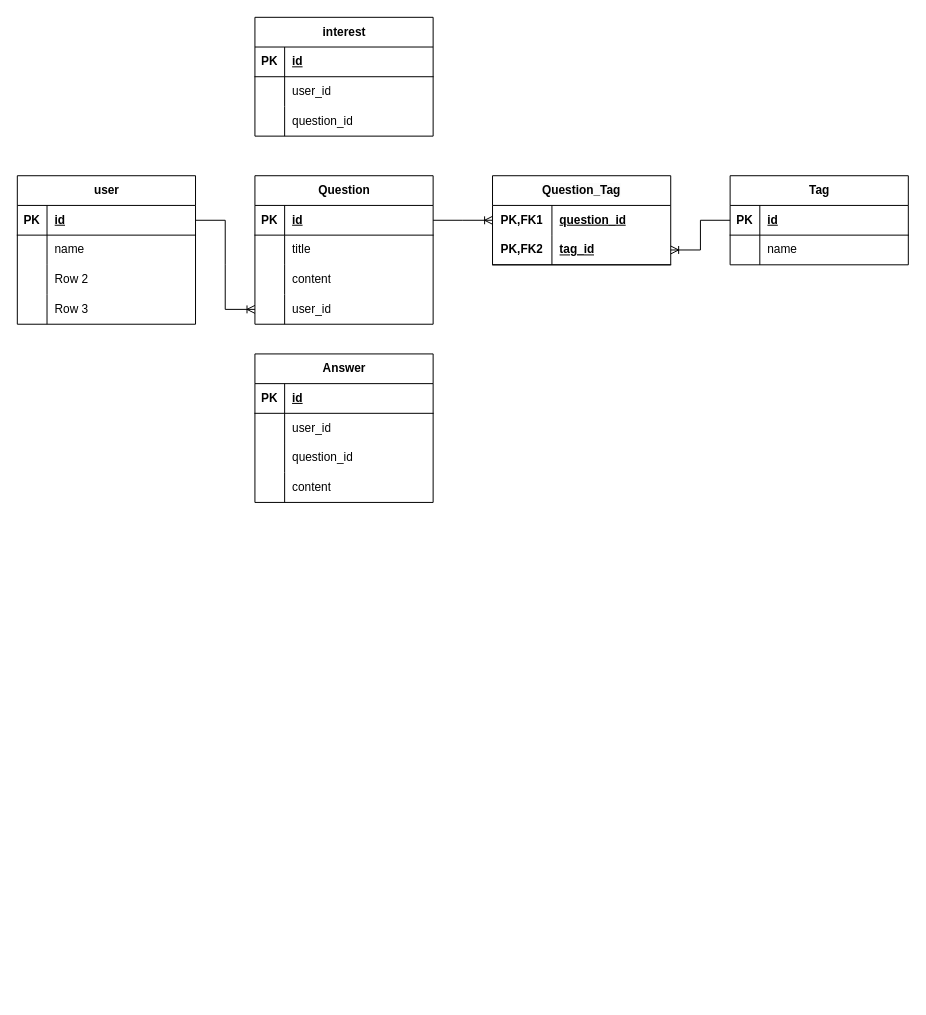
The draw.io diagram Q&A.drawio in andrew-atef/andrew-atef, before the edit. Source tidied: cells renumbered, new cells numbered last; positions are measured from the earlier drawing's top-left corner, leaving out a move shared by most shapes. Both pictures are drawn from the tidied source at 99%, with x=0, y=0 at pixel (17, 17).
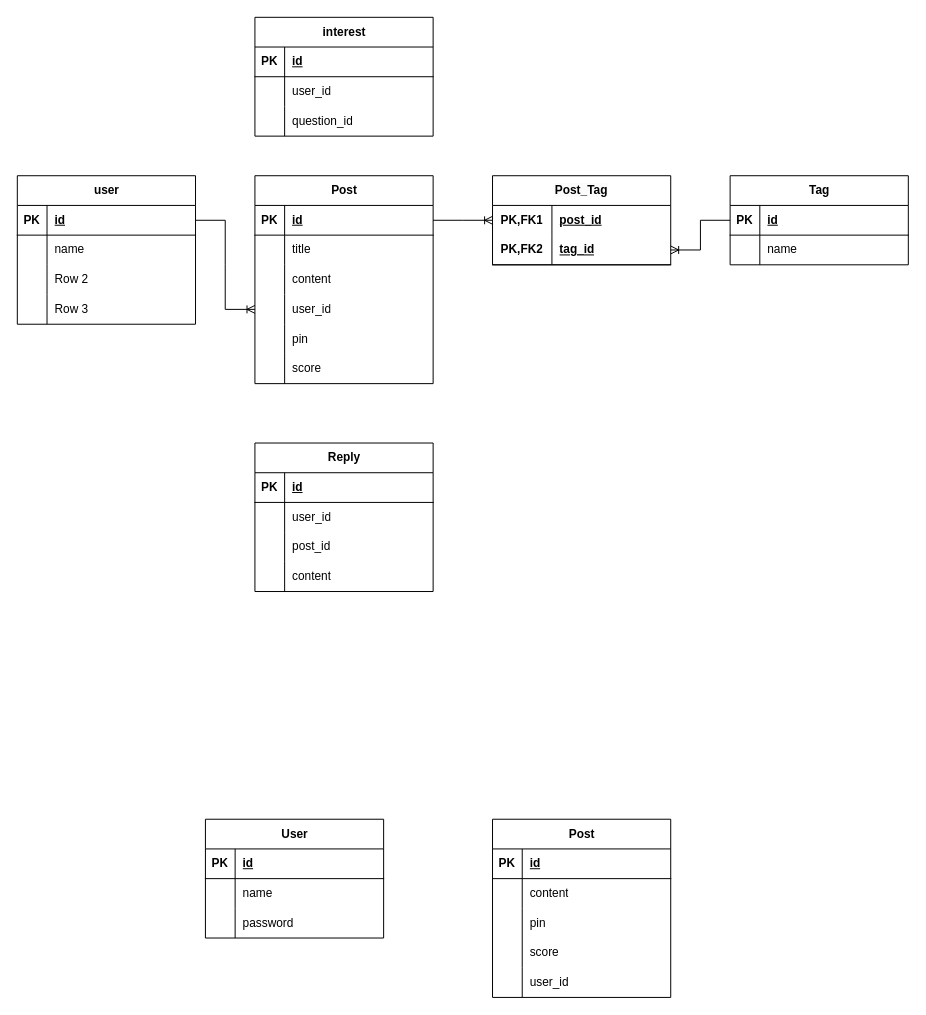
After the change.

Unchanged cells that the change refers to:
```xml
<mxCell id="36" style="shape=tableRow;horizontal=0;startSize=0;swimlaneHead=0;swimlaneBody=0;fillColor=none;points=[[0,0.5],[1,0.5]];portConstraint=eastwest;top=0;left=0;right=0;bottom=0;html=1;" parent="35" vertex="1">
  <mxGeometry y="30" width="180" height="30" as="geometry" />
</mxCell>
<mxCell id="52" style="shape=tableRow;horizontal=0;startSize=0;swimlaneHead=0;swimlaneBody=0;fillColor=none;top=0;left=0;right=0;bottom=0;" parent="45" vertex="1">
  <mxGeometry y="90" width="180" height="30" as="geometry" />
</mxCell>
```

Diff of the diagram source:
```diff
@@
-    <mxCell id="15" value="Question" style="shape=table;startSize=30;childLayout=tableLayout;rowLines=0;fontStyle=1;align=center;html=1;" parent="1" vertex="1">
-      <mxGeometry x="240" y="160" width="180" height="150" as="geometry" />
+    <mxCell id="15" value="Post" style="shape=table;startSize=30;childLayout=tableLayout;rowLines=0;fontStyle=1;align=center;html=1;" parent="1" vertex="1">
+      <mxGeometry x="240" y="160" width="180" height="210" as="geometry" />
     </mxCell>
@@
+    <mxCell id="68" style="shape=tableRow;horizontal=0;startSize=0;swimlaneHead=0;swimlaneBody=0;fillColor=none;top=0;left=0;right=0;bottom=0;" parent="15" vertex="1">
+      <mxGeometry y="150" width="180" height="30" as="geometry" />
+    </mxCell>
+    <mxCell id="69" style="shape=partialRectangle;fillColor=none;top=0;left=0;bottom=0;right=0;overflow=hidden;whiteSpace=wrap;html=1;" parent="68" vertex="1">
+      <mxGeometry width="30" height="30" as="geometry" />
+    </mxCell>
+    <mxCell id="70" value="pin" style="shape=partialRectangle;fillColor=none;top=0;left=0;bottom=0;right=0;align=left;spacingLeft=6;overflow=hidden;whiteSpace=wrap;html=1;" parent="68" vertex="1">
+      <mxGeometry x="30" width="150" height="30" as="geometry" />
+    </mxCell>
+    <mxCell id="71" style="shape=tableRow;horizontal=0;startSize=0;swimlaneHead=0;swimlaneBody=0;fillColor=none;top=0;left=0;right=0;bottom=0;" parent="15" vertex="1">
+      <mxGeometry y="180" width="180" height="30" as="geometry" />
+    </mxCell>
+    <mxCell id="72" style="shape=partialRectangle;fillColor=none;top=0;left=0;bottom=0;right=0;overflow=hidden;whiteSpace=wrap;html=1;" parent="71" vertex="1">
+      <mxGeometry width="30" height="30" as="geometry" />
+    </mxCell>
+    <mxCell id="73" value="score" style="shape=partialRectangle;fillColor=none;top=0;left=0;bottom=0;right=0;align=left;spacingLeft=6;overflow=hidden;whiteSpace=wrap;html=1;" parent="71" vertex="1">
+      <mxGeometry x="30" width="150" height="30" as="geometry" />
+    </mxCell>
@@
-    <mxCell id="35" value="&lt;span style=&quot;color: rgb(0, 0, 0); font-family: Helvetica; font-size: 12px; font-style: normal; font-variant-ligatures: normal; font-variant-caps: normal; font-weight: 700; letter-spacing: normal; orphans: 2; text-align: center; text-indent: 0px; text-transform: none; widows: 2; word-spacing: 0px; -webkit-text-stroke-width: 0px; white-space: nowrap; background-color: rgb(251, 251, 251); text-decoration-thickness: initial; text-decoration-style: initial; text-decoration-color: initial; display: inline !important; float: none;&quot;&gt;Question_Tag&lt;/span&gt;" style="shape=table;startSize=30;childLayout=tableLayout;rowLines=0;fontStyle=1;align=center;html=1;whiteSpace=wrap;" parent="1" vertex="1">
+    <mxCell id="35" value="&lt;span style=&quot;color: rgb(0, 0, 0); font-family: Helvetica; font-size: 12px; font-style: normal; font-variant-ligatures: normal; font-variant-caps: normal; font-weight: 700; letter-spacing: normal; orphans: 2; text-align: center; text-indent: 0px; text-transform: none; widows: 2; word-spacing: 0px; -webkit-text-stroke-width: 0px; white-space: nowrap; background-color: rgb(251, 251, 251); text-decoration-thickness: initial; text-decoration-style: initial; text-decoration-color: initial; display: inline !important; float: none;&quot;&gt;Post_Tag&lt;/span&gt;" style="shape=table;startSize=30;childLayout=tableLayout;rowLines=0;fontStyle=1;align=center;html=1;whiteSpace=wrap;" parent="1" vertex="1">
       <mxGeometry x="480" y="160" width="180" height="90" as="geometry" />
     </mxCell>
@@
-    <mxCell id="38" value="question_id" style="shape=partialRectangle;fillColor=none;top=0;left=0;bottom=0;right=0;align=left;spacingLeft=6;fontStyle=5;overflow=hidden;html=1;whiteSpace=wrap;" parent="36" vertex="1">
+    <mxCell id="38" value="post&lt;span style=&quot;background-color: initial;&quot;&gt;_id&lt;/span&gt;" style="shape=partialRectangle;fillColor=none;top=0;left=0;bottom=0;right=0;align=left;spacingLeft=6;fontStyle=5;overflow=hidden;html=1;whiteSpace=wrap;" parent="36" vertex="1">
       <mxGeometry x="60" width="120" height="30" as="geometry" />
     </mxCell>
@@
-    <mxCell id="45" value="Answer" style="shape=table;startSize=30;childLayout=tableLayout;rowLines=0;fontStyle=1;align=center;html=1;" parent="1" vertex="1">
-      <mxGeometry x="240" y="340" width="180" height="150" as="geometry" />
+    <mxCell id="45" value="Reply" style="shape=table;startSize=30;childLayout=tableLayout;rowLines=0;fontStyle=1;align=center;html=1;" parent="1" vertex="1">
+      <mxGeometry x="240" y="430" width="180" height="150" as="geometry" />
     </mxCell>
@@
-    <mxCell id="54" value="&lt;span style=&quot;text-align: center; text-wrap: nowrap;&quot;&gt;question_id&lt;/span&gt;" style="shape=partialRectangle;fillColor=none;top=0;left=0;bottom=0;right=0;align=left;spacingLeft=6;overflow=hidden;whiteSpace=wrap;html=1;" parent="52" vertex="1">
+    <mxCell id="54" value="&lt;span style=&quot;text-align: center; text-wrap: nowrap;&quot;&gt;post_id&lt;/span&gt;" style="shape=partialRectangle;fillColor=none;top=0;left=0;bottom=0;right=0;align=left;spacingLeft=6;overflow=hidden;whiteSpace=wrap;html=1;" parent="52" vertex="1">
       <mxGeometry x="30" width="150" height="30" as="geometry" />
     </mxCell>
@@
+    <mxCell id="74" value="User" style="shape=table;startSize=30;childLayout=tableLayout;rowLines=0;fontStyle=1;align=center;html=1;" parent="1" vertex="1">
+      <mxGeometry x="190" y="810" width="180" height="120" as="geometry" />
+    </mxCell>
+    <mxCell id="75" style="shape=tableRow;horizontal=0;startSize=0;swimlaneHead=0;swimlaneBody=0;fillColor=none;top=0;left=0;right=0;bottom=1;" parent="74" vertex="1">
+      <mxGeometry y="30" width="180" height="30" as="geometry" />
+    </mxCell>
+    <mxCell id="76" value="PK" style="shape=partialRectangle;fillColor=none;top=0;left=0;bottom=0;right=0;fontStyle=1;overflow=hidden;whiteSpace=wrap;html=1;" parent="75" vertex="1">
+      <mxGeometry width="30" height="30" as="geometry" />
+    </mxCell>
+    <mxCell id="77" value="id" style="shape=partialRectangle;fillColor=none;top=0;left=0;bottom=0;right=0;align=left;spacingLeft=6;fontStyle=5;overflow=hidden;whiteSpace=wrap;html=1;" parent="75" vertex="1">
+      <mxGeometry x="30" width="150" height="30" as="geometry" />
+    </mxCell>
+    <mxCell id="78" style="shape=tableRow;horizontal=0;startSize=0;swimlaneHead=0;swimlaneBody=0;fillColor=none;top=0;left=0;right=0;bottom=0;" parent="74" vertex="1">
+      <mxGeometry y="60" width="180" height="30" as="geometry" />
+    </mxCell>
+    <mxCell id="79" style="shape=partialRectangle;fillColor=none;top=0;left=0;bottom=0;right=0;overflow=hidden;whiteSpace=wrap;html=1;" parent="78" vertex="1">
+      <mxGeometry width="30" height="30" as="geometry" />
+    </mxCell>
+    <mxCell id="80" value="name" style="shape=partialRectangle;fillColor=none;top=0;left=0;bottom=0;right=0;align=left;spacingLeft=6;overflow=hidden;whiteSpace=wrap;html=1;" parent="78" vertex="1">
+      <mxGeometry x="30" width="150" height="30" as="geometry" />
+    </mxCell>
+    <mxCell id="81" style="shape=tableRow;horizontal=0;startSize=0;swimlaneHead=0;swimlaneBody=0;fillColor=none;top=0;left=0;right=0;bottom=0;" parent="74" vertex="1">
+      <mxGeometry y="90" width="180" height="30" as="geometry" />
+    </mxCell>
+    <mxCell id="82" style="shape=partialRectangle;fillColor=none;top=0;left=0;bottom=0;right=0;overflow=hidden;whiteSpace=wrap;html=1;" parent="81" vertex="1">
+      <mxGeometry width="30" height="30" as="geometry" />
+    </mxCell>
+    <mxCell id="83" value="&lt;span style=&quot;text-align: center; text-wrap: nowrap;&quot;&gt;password&lt;/span&gt;" style="shape=partialRectangle;fillColor=none;top=0;left=0;bottom=0;right=0;align=left;spacingLeft=6;overflow=hidden;whiteSpace=wrap;html=1;" parent="81" vertex="1">
+      <mxGeometry x="30" width="150" height="30" as="geometry" />
+    </mxCell>
+    <mxCell id="84" value="Post" style="shape=table;startSize=30;childLayout=tableLayout;rowLines=0;fontStyle=1;align=center;html=1;" parent="1" vertex="1">
+      <mxGeometry x="480" y="810" width="180" height="180" as="geometry" />
+    </mxCell>
+    <mxCell id="85" style="shape=tableRow;horizontal=0;startSize=0;swimlaneHead=0;swimlaneBody=0;fillColor=none;top=0;left=0;right=0;bottom=1;" parent="84" vertex="1">
+      <mxGeometry y="30" width="180" height="30" as="geometry" />
+    </mxCell>
+    <mxCell id="86" value="PK" style="shape=partialRectangle;fillColor=none;top=0;left=0;bottom=0;right=0;fontStyle=1;overflow=hidden;whiteSpace=wrap;html=1;" parent="85" vertex="1">
+      <mxGeometry width="30" height="30" as="geometry" />
+    </mxCell>
+    <mxCell id="87" value="id" style="shape=partialRectangle;fillColor=none;top=0;left=0;bottom=0;right=0;align=left;spacingLeft=6;fontStyle=5;overflow=hidden;whiteSpace=wrap;html=1;" parent="85" vertex="1">
+      <mxGeometry x="30" width="150" height="30" as="geometry" />
+    </mxCell>
+    <mxCell id="88" style="shape=tableRow;horizontal=0;startSize=0;swimlaneHead=0;swimlaneBody=0;fillColor=none;top=0;left=0;right=0;bottom=0;" parent="84" vertex="1">
+      <mxGeometry y="60" width="180" height="30" as="geometry" />
+    </mxCell>
+    <mxCell id="89" style="shape=partialRectangle;fillColor=none;top=0;left=0;bottom=0;right=0;overflow=hidden;whiteSpace=wrap;html=1;" parent="88" vertex="1">
+      <mxGeometry width="30" height="30" as="geometry" />
+    </mxCell>
+    <mxCell id="90" value="content" style="shape=partialRectangle;fillColor=none;top=0;left=0;bottom=0;right=0;align=left;spacingLeft=6;overflow=hidden;whiteSpace=wrap;html=1;" parent="88" vertex="1">
+      <mxGeometry x="30" width="150" height="30" as="geometry" />
+    </mxCell>
+    <mxCell id="91" style="shape=tableRow;horizontal=0;startSize=0;swimlaneHead=0;swimlaneBody=0;fillColor=none;top=0;left=0;right=0;bottom=0;" parent="84" vertex="1">
+      <mxGeometry y="90" width="180" height="30" as="geometry" />
+    </mxCell>
+    <mxCell id="92" style="shape=partialRectangle;fillColor=none;top=0;left=0;bottom=0;right=0;overflow=hidden;whiteSpace=wrap;html=1;" parent="91" vertex="1">
+      <mxGeometry width="30" height="30" as="geometry" />
+    </mxCell>
+    <mxCell id="93" value="&lt;div style=&quot;text-align: center;&quot;&gt;&lt;span style=&quot;background-color: initial; text-wrap: nowrap;&quot;&gt;pin&lt;/span&gt;&lt;/div&gt;" style="shape=partialRectangle;fillColor=none;top=0;left=0;bottom=0;right=0;align=left;spacingLeft=6;overflow=hidden;whiteSpace=wrap;html=1;" parent="91" vertex="1">
+      <mxGeometry x="30" width="150" height="30" as="geometry" />
+    </mxCell>
+    <mxCell id="94" style="shape=tableRow;horizontal=0;startSize=0;swimlaneHead=0;swimlaneBody=0;fillColor=none;top=0;left=0;right=0;bottom=0;" parent="84" vertex="1">
+      <mxGeometry y="120" width="180" height="30" as="geometry" />
+    </mxCell>
+    <mxCell id="95" style="shape=partialRectangle;fillColor=none;top=0;left=0;bottom=0;right=0;overflow=hidden;whiteSpace=wrap;html=1;" parent="94" vertex="1">
+      <mxGeometry width="30" height="30" as="geometry" />
+    </mxCell>
+    <mxCell id="96" value="&lt;div style=&quot;text-align: center;&quot;&gt;&lt;span style=&quot;text-wrap: nowrap;&quot;&gt;score&lt;/span&gt;&lt;br&gt;&lt;/div&gt;" style="shape=partialRectangle;fillColor=none;top=0;left=0;bottom=0;right=0;align=left;spacingLeft=6;overflow=hidden;whiteSpace=wrap;html=1;" parent="94" vertex="1">
+      <mxGeometry x="30" width="150" height="30" as="geometry" />
+    </mxCell>
+    <mxCell id="97" style="shape=tableRow;horizontal=0;startSize=0;swimlaneHead=0;swimlaneBody=0;fillColor=none;top=0;left=0;right=0;bottom=0;" parent="84" vertex="1">
+      <mxGeometry y="150" width="180" height="30" as="geometry" />
+    </mxCell>
+    <mxCell id="98" style="shape=partialRectangle;fillColor=none;top=0;left=0;bottom=0;right=0;overflow=hidden;whiteSpace=wrap;html=1;" parent="97" vertex="1">
+      <mxGeometry width="30" height="30" as="geometry" />
+    </mxCell>
+    <mxCell id="99" value="&lt;div style=&quot;text-align: center;&quot;&gt;&lt;span style=&quot;background-color: initial; text-wrap: nowrap;&quot;&gt;user_id&lt;/span&gt;&lt;/div&gt;" style="shape=partialRectangle;fillColor=none;top=0;left=0;bottom=0;right=0;align=left;spacingLeft=6;overflow=hidden;whiteSpace=wrap;html=1;" parent="97" vertex="1">
+      <mxGeometry x="30" width="150" height="30" as="geometry" />
+    </mxCell>
```
